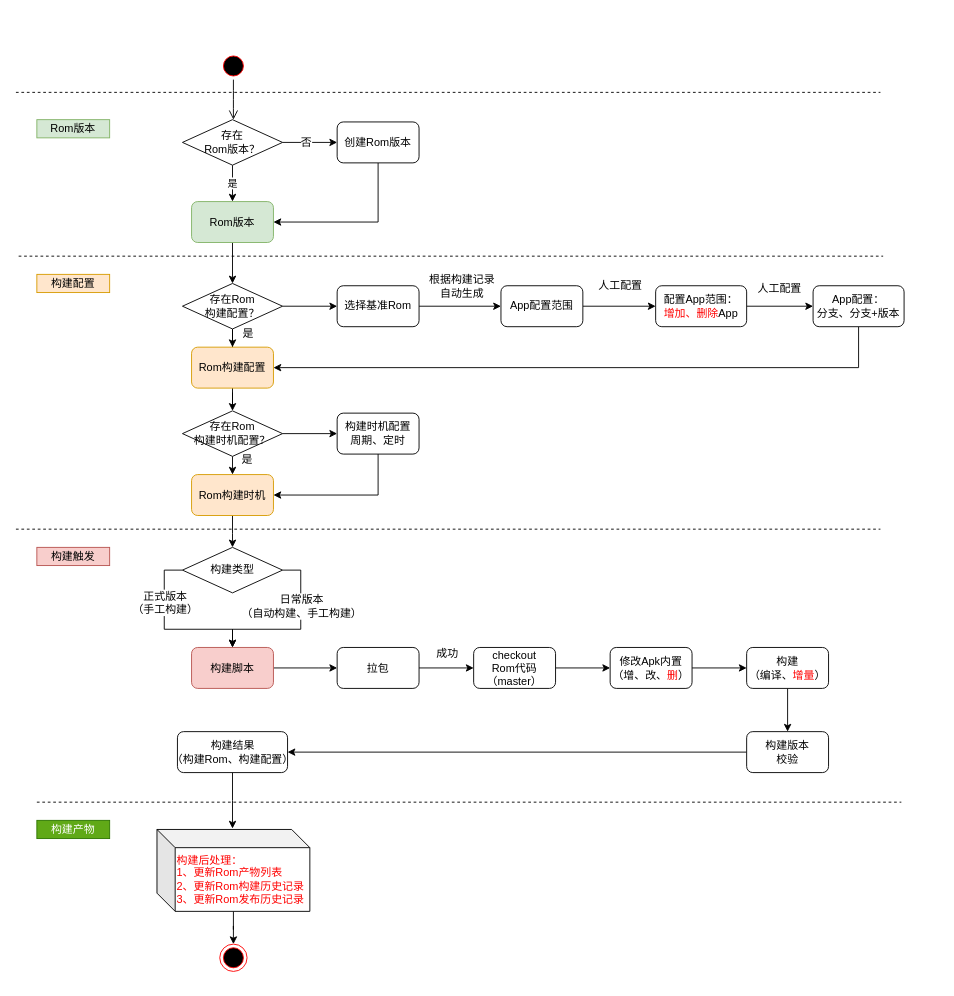
This is Copy of 自动构建流程示意图.drawio from walkwall/drawing, a draw.io file, before an edit. Source tidied: cells renumbered, new cells numbered last; positions are measured from the earlier drawing's top-left corner, leaving out a move shared by most shapes. Both pictures are drawn from the tidied source at 91%, with x=0, y=0 at pixel (15, 15).
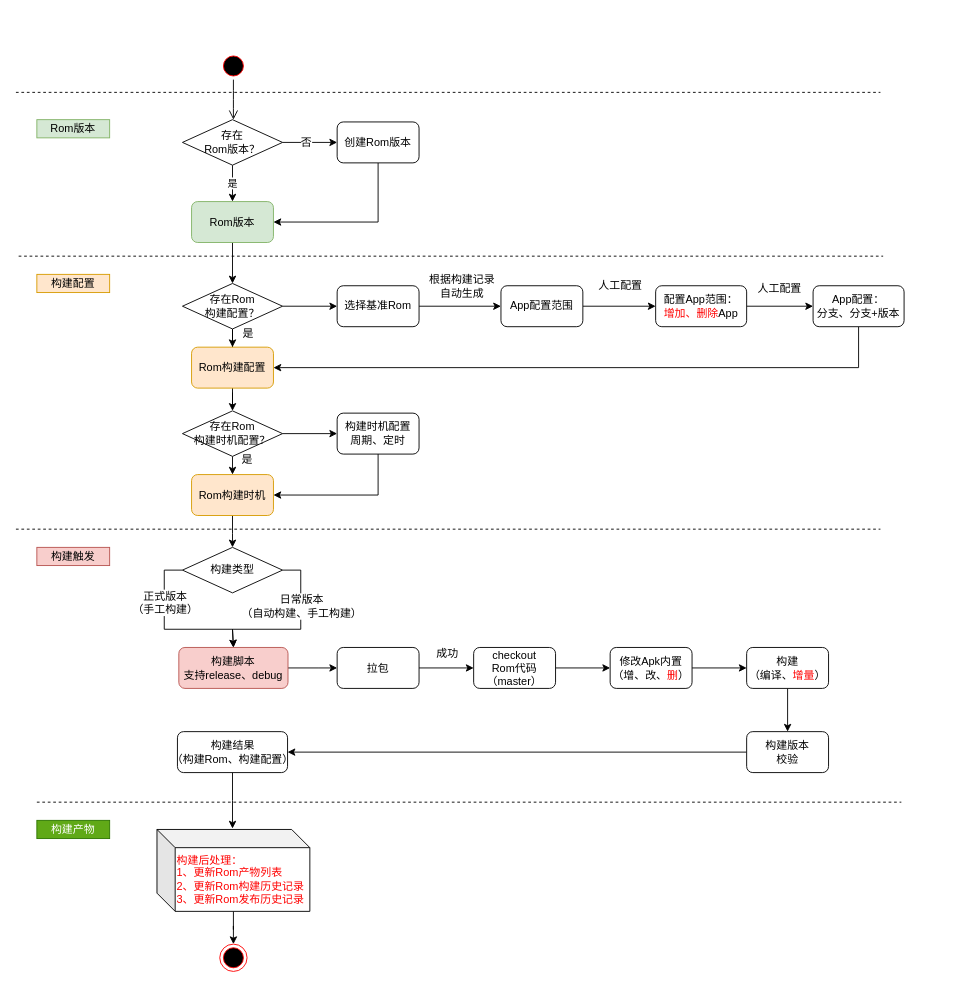
The same diagram, later.

Commit message:
Update Copy of 自动构建流程示意图.drawio

The edit, as a diff of the source:
```diff
@@
-    <mxCell id="49" value="构建脚本" style="rounded=1;whiteSpace=wrap;html=1;shadow=0;labelBackgroundColor=none;fillColor=#f8cecc;strokeColor=#b85450;" parent="1" vertex="1">
-      <mxGeometry x="193" y="694" width="90" height="45" as="geometry" />
+    <mxCell id="49" value="构建脚本&lt;br&gt;支持release、debug" style="rounded=1;whiteSpace=wrap;html=1;shadow=0;labelBackgroundColor=none;fillColor=#f8cecc;strokeColor=#b85450;" parent="1" vertex="1">
+      <mxGeometry x="179" y="694" width="120" height="45" as="geometry" />
     </mxCell>
```
